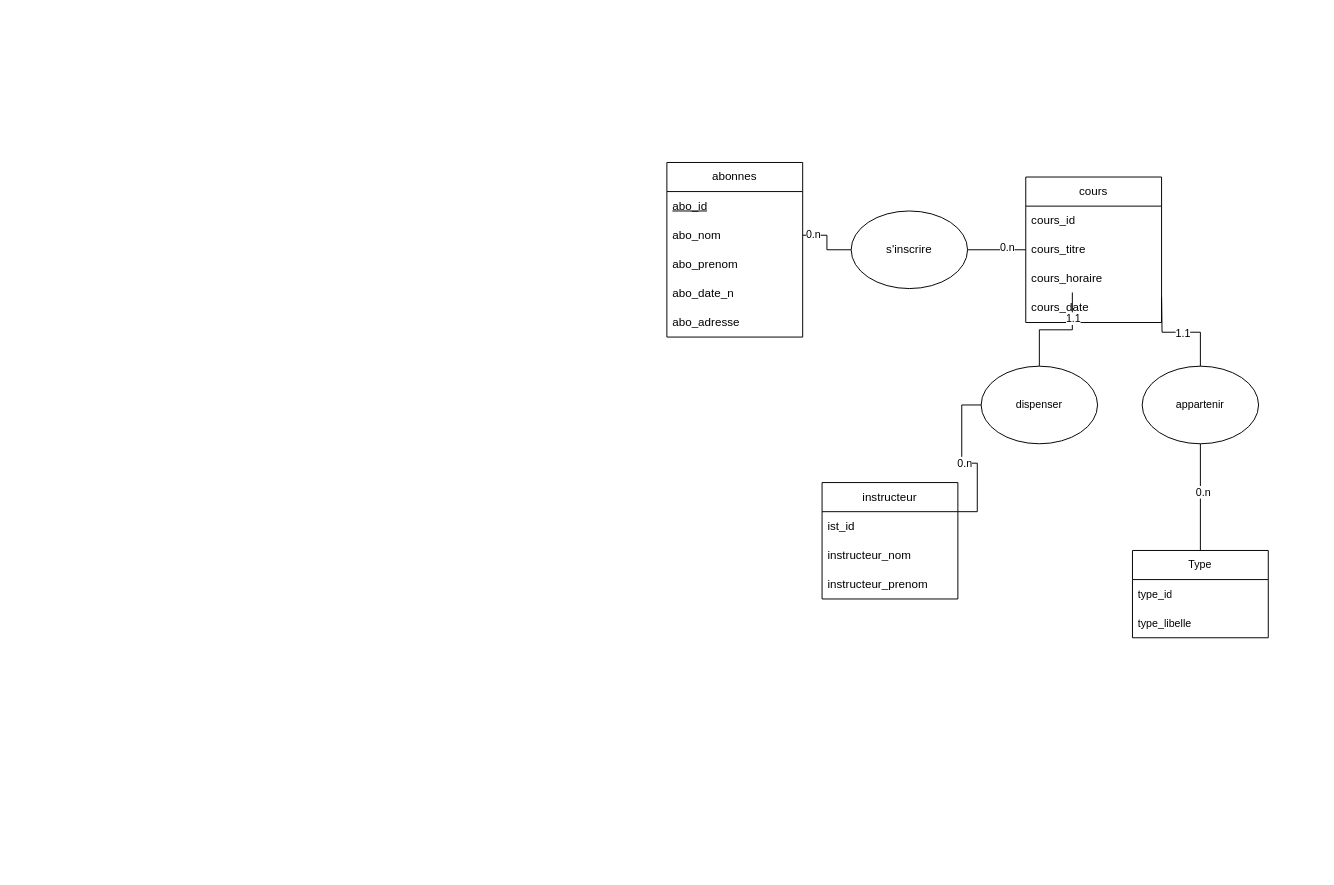
This is salle_du_sport.drawio from sataev12/mcd_draw_io, a draw.io file, before an edit. Source tidied: cells renumbered, new cells numbered last; positions are measured from the earlier drawing's top-left corner, leaving out a move shared by most shapes. Both pictures are drawn from the tidied source at 97%, with x=0, y=0 at pixel (666, 162).
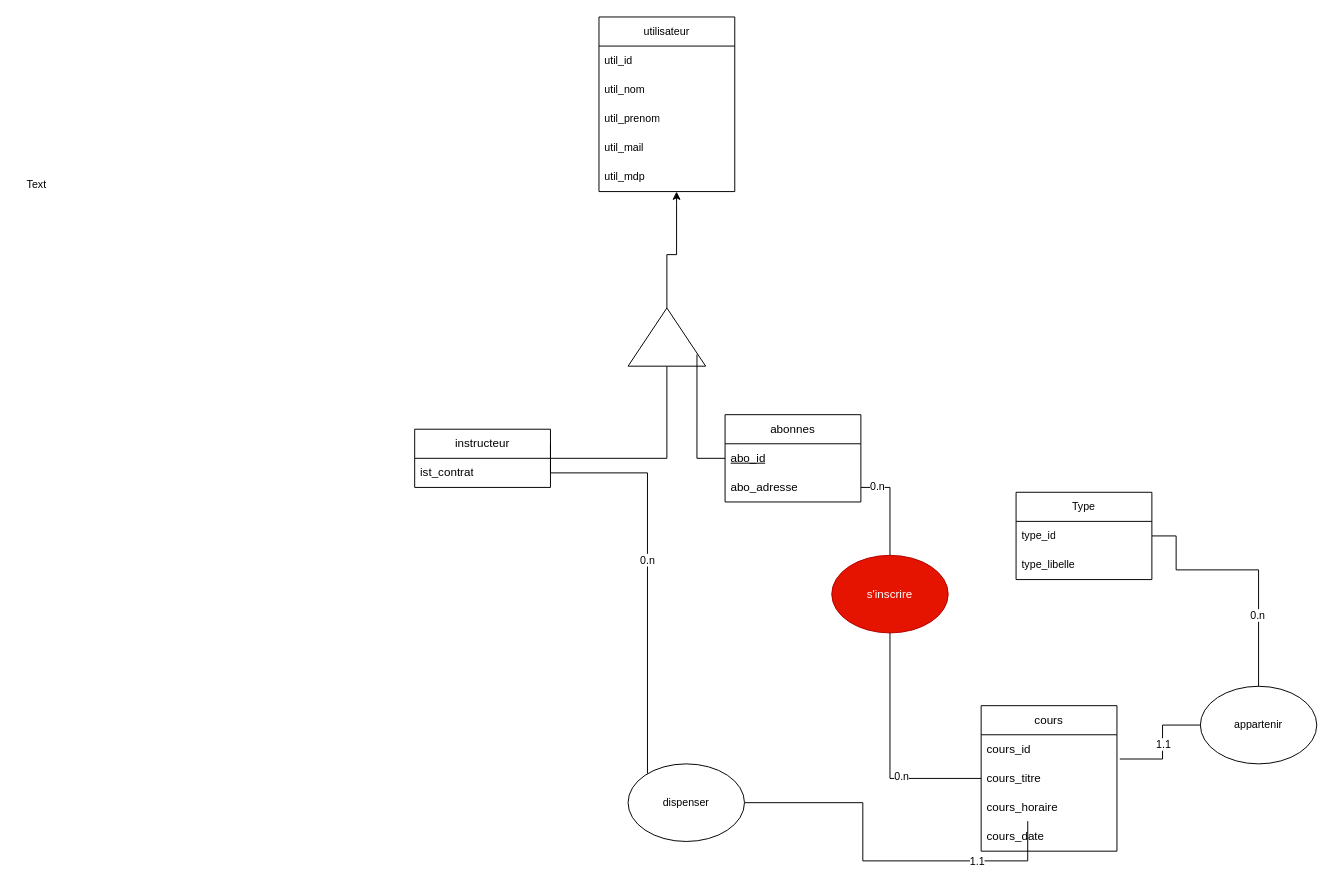
Above is the later version.

Commit message (it also covers changes not shown here):
Mettre à jour salle_du_sport.drawio

The change refers to these unchanged cells:
```xml
<mxCell id="9" value="cours_id" style="text;strokeColor=none;fillColor=none;align=left;verticalAlign=middle;spacingLeft=4;spacingRight=4;overflow=hidden;points=[[0,0.5],[1,0.5]];portConstraint=eastwest;whiteSpace=wrap;html=1;" parent="8" vertex="1">
  <mxGeometry y="30" width="140" height="30" as="geometry" />
</mxCell>
```

Diff of the diagram source:
```diff
@@
     <mxCell id="2" value="abonnes" style="swimlane;fontStyle=0;horizontal=1;startSize=30;whiteSpace=wrap;html=1;" parent="1" vertex="1">
-      <mxGeometry width="140" height="180" as="geometry" />
+      <mxGeometry x="60" y="260" width="140" height="90" as="geometry" />
     </mxCell>
@@
-    <mxCell id="4" value="abo_nom" style="text;strokeColor=none;fillColor=none;align=left;verticalAlign=middle;spacingLeft=4;spacingRight=4;overflow=hidden;points=[[0,0.5],[1,0.5]];portConstraint=eastwest;whiteSpace=wrap;html=1;" parent="2" vertex="1">
-      <mxGeometry y="60" width="140" height="30" as="geometry" />
-    </mxCell>
-    <mxCell id="5" value="abo_prenom" style="text;strokeColor=none;fillColor=none;align=left;verticalAlign=middle;spacingLeft=4;spacingRight=4;overflow=hidden;whiteSpace=wrap;html=1;" parent="2" vertex="1">
-      <mxGeometry y="90" width="140" height="30" as="geometry" />
-    </mxCell>
-    <mxCell id="6" value="abo_date_n" style="text;strokeColor=none;fillColor=none;align=left;verticalAlign=middle;spacingLeft=4;spacingRight=4;overflow=hidden;whiteSpace=wrap;html=1;" parent="2" vertex="1">
-      <mxGeometry y="120" width="140" height="30" as="geometry" />
-    </mxCell>
     <mxCell id="7" value="abo_adresse" style="text;strokeColor=none;fillColor=none;align=left;verticalAlign=middle;spacingLeft=4;spacingRight=4;overflow=hidden;points=[[0,0.5],[1,0.5]];portConstraint=eastwest;whiteSpace=wrap;html=1;" parent="2" vertex="1">
-      <mxGeometry y="150" width="140" height="30" as="geometry" />
+      <mxGeometry y="60" width="140" height="30" as="geometry" />
     </mxCell>
     <mxCell id="8" value="cours" style="swimlane;fontStyle=0;horizontal=1;startSize=30;whiteSpace=wrap;html=1;" parent="1" vertex="1">
-      <mxGeometry x="370" y="15" width="140" height="150" as="geometry" />
+      <mxGeometry x="324" y="560" width="140" height="150" as="geometry" />
     </mxCell>
@@
+    <mxCell id="34" style="edgeStyle=orthogonalEdgeStyle;shape=connector;rounded=0;jettySize=auto;html=1;strokeColor=default;align=center;verticalAlign=middle;fontFamily=Helvetica;fontSize=11;fontColor=default;labelBackgroundColor=default;startFill=0;endArrow=none;" parent="1" edge="1" source="13" target="41">
+      <mxGeometry relative="1" as="geometry" />
+    </mxCell>
     <mxCell id="13" value="instructeur" style="swimlane;fontStyle=0;horizontal=1;startSize=30;whiteSpace=wrap;html=1;" parent="1" vertex="1">
-      <mxGeometry x="160" y="330" width="140" height="120" as="geometry" />
+      <mxGeometry x="-260" y="275" width="140" height="60" as="geometry" />
     </mxCell>
-    <mxCell id="14" value="ist_id" style="text;strokeColor=none;fillColor=none;align=left;verticalAlign=middle;spacingLeft=4;spacingRight=4;overflow=hidden;whiteSpace=wrap;html=1;" parent="13" vertex="1">
+    <mxCell id="14" value="ist_contrat" style="text;strokeColor=none;fillColor=none;align=left;verticalAlign=middle;spacingLeft=4;spacingRight=4;overflow=hidden;whiteSpace=wrap;html=1;" parent="13" vertex="1">
       <mxGeometry y="30" width="140" height="30" as="geometry" />
     </mxCell>
-    <mxCell id="15" value="instructeur_nom" style="text;strokeColor=none;fillColor=none;align=left;verticalAlign=middle;spacingLeft=4;spacingRight=4;overflow=hidden;whiteSpace=wrap;html=1;" parent="13" vertex="1">
-      <mxGeometry y="60" width="140" height="30" as="geometry" />
-    </mxCell>
-    <mxCell id="16" value="instructeur_prenom" style="text;strokeColor=none;fillColor=none;align=left;verticalAlign=middle;spacingLeft=4;spacingRight=4;overflow=hidden;whiteSpace=wrap;html=1;" parent="13" vertex="1">
-      <mxGeometry y="90" width="140" height="30" as="geometry" />
-    </mxCell>
-    <mxCell id="17" style="edgeStyle=orthogonalEdgeStyle;rounded=0;jettySize=auto;html=1;endArrow=none;startFill=0;" parent="1" edge="1" source="21" target="4">
+    <mxCell id="17" style="edgeStyle=orthogonalEdgeStyle;rounded=0;jettySize=auto;html=1;endArrow=none;startFill=0;" parent="1" edge="1" source="21" target="7">
       <mxGeometry relative="1" as="geometry" />
     </mxCell>
@@
-    <mxCell id="21" value="s'inscrire" style="ellipse;whiteSpace=wrap;html=1;" parent="1" vertex="1">
-      <mxGeometry x="190" y="50" width="120" height="80" as="geometry" />
+    <mxCell id="21" value="s'inscrire" style="ellipse;whiteSpace=wrap;html=1;fillColor=#e51400;fontColor=#ffffff;strokeColor=#B20000;" parent="1" vertex="1">
+      <mxGeometry x="170" y="405" width="120" height="80" as="geometry" />
     </mxCell>
     <mxCell id="22" value="0.n" style="edgeStyle=orthogonalEdgeStyle;shape=connector;rounded=0;jettySize=auto;html=1;entryX=1;entryY=0.25;entryDx=0;entryDy=0;strokeColor=default;align=center;verticalAlign=middle;fontFamily=Helvetica;fontSize=11;fontColor=default;labelBackgroundColor=default;startFill=0;endArrow=none;" parent="1" edge="1" source="25" target="13">
-      <mxGeometry relative="1" as="geometry" />
+      <mxGeometry relative="1" as="geometry">
+        <Array as="points">
+          <mxPoint x="-20" y="660" />
+          <mxPoint x="-20" y="320" />
+          <mxPoint x="-120" y="320" />
+        </Array>
+      </mxGeometry>
     </mxCell>
@@
     <mxCell id="25" value="dispenser" style="ellipse;whiteSpace=wrap;html=1;fontFamily=Helvetica;fontSize=11;fontColor=default;labelBackgroundColor=default;" parent="1" vertex="1">
-      <mxGeometry x="324" y="210" width="120" height="80" as="geometry" />
+      <mxGeometry x="-40" y="620" width="120" height="80" as="geometry" />
     </mxCell>
     <mxCell id="26" style="edgeStyle=orthogonalEdgeStyle;shape=connector;rounded=0;jettySize=auto;html=1;entryX=0.5;entryY=1;entryDx=0;entryDy=0;strokeColor=default;align=center;verticalAlign=middle;fontFamily=Helvetica;fontSize=11;fontColor=default;labelBackgroundColor=default;startFill=0;endArrow=none;" parent="1" edge="1" source="28" target="31">
-      <mxGeometry relative="1" as="geometry" />
+      <mxGeometry relative="1" as="geometry">
+        <Array as="points">
+          <mxPoint x="525" y="385" />
+          <mxPoint x="525" y="420" />
+          <mxPoint x="610" y="420" />
+        </Array>
+      </mxGeometry>
     </mxCell>
@@
     <mxCell id="28" value="Type" style="swimlane;fontStyle=0;horizontal=1;startSize=30;whiteSpace=wrap;html=1;fontFamily=Helvetica;fontSize=11;fontColor=default;labelBackgroundColor=default;" parent="1" vertex="1">
-      <mxGeometry x="480" y="400" width="140" height="90" as="geometry" />
+      <mxGeometry x="360" y="340" width="140" height="90" as="geometry" />
     </mxCell>
@@
     <mxCell id="31" value="appartenir" style="ellipse;whiteSpace=wrap;html=1;fontFamily=Helvetica;fontSize=11;fontColor=default;labelBackgroundColor=default;" parent="1" vertex="1">
-      <mxGeometry x="490" y="210" width="120" height="80" as="geometry" />
+      <mxGeometry x="550" y="540" width="120" height="80" as="geometry" />
     </mxCell>
-    <mxCell id="32" style="edgeStyle=orthogonalEdgeStyle;shape=connector;rounded=0;jettySize=auto;html=1;strokeColor=default;align=center;verticalAlign=middle;fontFamily=Helvetica;fontSize=11;fontColor=default;labelBackgroundColor=default;startFill=0;endArrow=none;" parent="1" edge="1" source="31">
+    <mxCell id="32" style="edgeStyle=orthogonalEdgeStyle;shape=connector;rounded=0;jettySize=auto;html=1;strokeColor=default;align=center;verticalAlign=middle;fontFamily=Helvetica;fontSize=11;fontColor=default;labelBackgroundColor=default;startFill=0;endArrow=none;entryX=1.021;entryY=0.833;entryDx=0;entryDy=0;entryPerimeter=0;" parent="1" edge="1" source="31" target="9">
       <mxGeometry relative="1" as="geometry">
-        <mxPoint x="510" y="139" as="targetPoint" />
+        <Array as="points">
+          <mxPoint x="511" y="580" />
+          <mxPoint x="511" y="615" />
+        </Array>
       </mxGeometry>
     </mxCell>
@@
+    <mxCell id="35" value="utilisateur" style="swimlane;fontStyle=0;horizontal=1;startSize=30;whiteSpace=wrap;html=1;fontFamily=Helvetica;fontSize=11;fontColor=default;labelBackgroundColor=default;" parent="1" vertex="1">
+      <mxGeometry x="-70" y="-150" width="140" height="180" as="geometry" />
+    </mxCell>
+    <mxCell id="36" value="util_id" style="text;strokeColor=none;fillColor=none;align=left;verticalAlign=middle;spacingLeft=4;spacingRight=4;overflow=hidden;whiteSpace=wrap;html=1;fontFamily=Helvetica;fontSize=11;fontColor=default;labelBackgroundColor=default;" parent="35" vertex="1">
+      <mxGeometry y="30" width="140" height="30" as="geometry" />
+    </mxCell>
+    <mxCell id="37" value="util_nom" style="text;strokeColor=none;fillColor=none;align=left;verticalAlign=middle;spacingLeft=4;spacingRight=4;overflow=hidden;whiteSpace=wrap;html=1;fontFamily=Helvetica;fontSize=11;fontColor=default;labelBackgroundColor=default;" parent="35" vertex="1">
+      <mxGeometry y="60" width="140" height="30" as="geometry" />
+    </mxCell>
+    <mxCell id="38" value="util_prenom" style="text;strokeColor=none;fillColor=none;align=left;verticalAlign=middle;spacingLeft=4;spacingRight=4;overflow=hidden;whiteSpace=wrap;html=1;fontFamily=Helvetica;fontSize=11;fontColor=default;labelBackgroundColor=default;" parent="35" vertex="1">
+      <mxGeometry y="90" width="140" height="30" as="geometry" />
+    </mxCell>
+    <mxCell id="39" value="util_mail" style="text;strokeColor=none;fillColor=none;align=left;verticalAlign=middle;spacingLeft=4;spacingRight=4;overflow=hidden;whiteSpace=wrap;html=1;fontFamily=Helvetica;fontSize=11;fontColor=default;labelBackgroundColor=default;" parent="35" vertex="1">
+      <mxGeometry y="120" width="140" height="30" as="geometry" />
+    </mxCell>
+    <mxCell id="40" value="util_mdp" style="text;strokeColor=none;fillColor=none;align=left;verticalAlign=middle;spacingLeft=4;spacingRight=4;overflow=hidden;whiteSpace=wrap;html=1;fontFamily=Helvetica;fontSize=11;fontColor=default;labelBackgroundColor=default;" parent="35" vertex="1">
+      <mxGeometry y="150" width="140" height="30" as="geometry" />
+    </mxCell>
+    <mxCell id="41" style="triangle;whiteSpace=wrap;html=1;fontFamily=Helvetica;fontSize=11;fontColor=default;labelBackgroundColor=default;direction=north;" parent="1" vertex="1">
+      <mxGeometry x="-40" y="150" width="80" height="60" as="geometry" />
+    </mxCell>
+    <mxCell id="42" style="edgeStyle=orthogonalEdgeStyle;shape=connector;rounded=0;jettySize=auto;html=1;strokeColor=default;align=center;verticalAlign=middle;fontFamily=Helvetica;fontSize=11;fontColor=default;labelBackgroundColor=default;startFill=0;endArrow=classic;endFill=1;" parent="1" edge="1" source="41">
+      <mxGeometry relative="1" as="geometry">
+        <mxPoint x="10" y="30" as="targetPoint" />
+        <Array as="points">
+          <mxPoint y="95" />
+          <mxPoint x="10" y="95" />
+          <mxPoint x="10" y="42" />
+        </Array>
+      </mxGeometry>
+    </mxCell>
+    <mxCell id="43" style="edgeStyle=orthogonalEdgeStyle;shape=connector;rounded=0;jettySize=auto;html=1;entryX=0.2;entryY=0.888;entryDx=0;entryDy=0;entryPerimeter=0;strokeColor=default;align=center;verticalAlign=middle;fontFamily=Helvetica;fontSize=11;fontColor=default;labelBackgroundColor=default;startFill=0;endArrow=none;" parent="1" edge="1" source="2" target="41">
+      <mxGeometry relative="1" as="geometry" />
+    </mxCell>
+    <mxCell id="44" value="Text" style="text;html=1;align=center;verticalAlign=middle;strokeColor=none;fillColor=none;fontFamily=Helvetica;fontSize=11;fontColor=default;labelBackgroundColor=default;" parent="1" vertex="1">
+      <mxGeometry x="-670" y="8" width="40" height="30" as="geometry" />
+    </mxCell>
```
